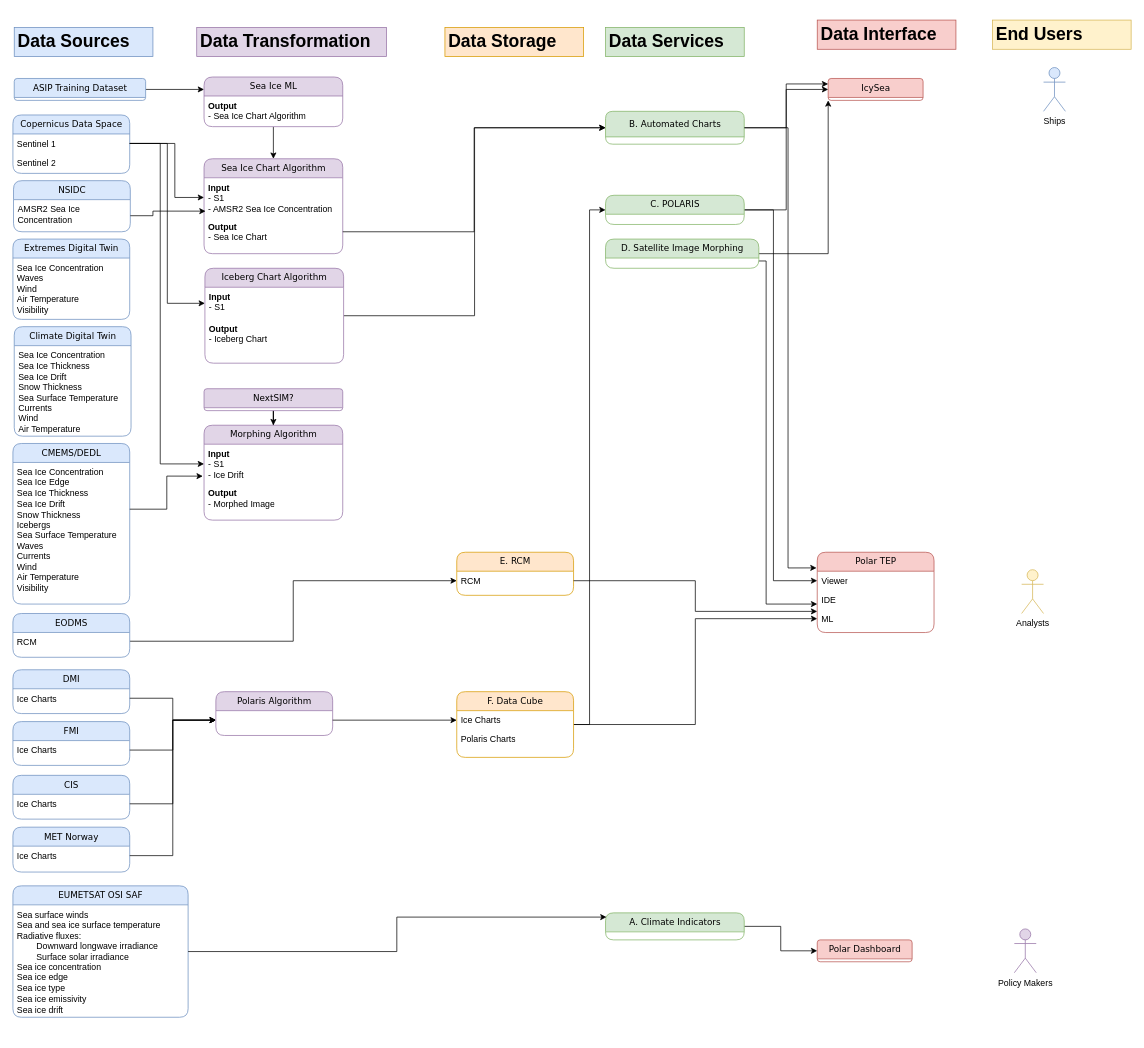
Before: DESIDE.drawio in destination-earth/DestinE_ESA_DESIDE, a draw.io diagram. Source tidied: cells renumbered, new cells numbered last; positions are measured from the earlier drawing's top-left corner, leaving out a move shared by most shapes. Both pictures are drawn from the tidied source at 73%, with x=0, y=0 at pixel (12, 20).
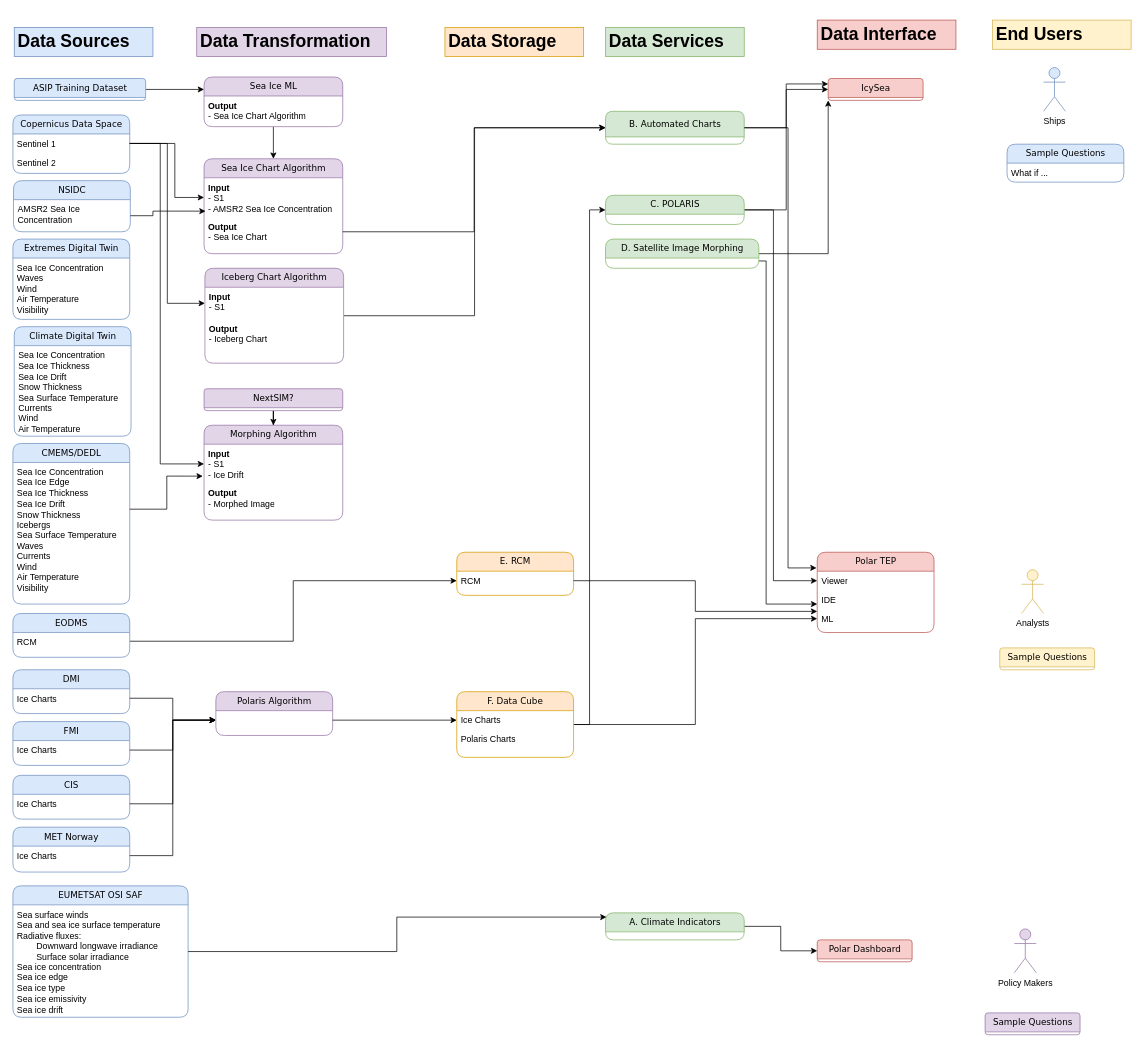
After the change.

The edit, as a diff of the source:
```diff
@@
+    <mxCell id="91" value="Sample Questions" style="swimlane;html=1;fontStyle=0;horizontal=1;startSize=26;fillColor=#dae8fc;swimlaneFillColor=#ffffff;align=center;rounded=1;shadow=0;comic=0;labelBackgroundColor=none;strokeWidth=1;fontFamily=Verdana;fontSize=12;strokeColor=#6c8ebf;" parent="1" vertex="1">
+      <mxGeometry x="1362" y="170" width="160" height="52" as="geometry" />
+    </mxCell>
+    <mxCell id="92" value="What if ..." style="text;html=1;strokeColor=none;fillColor=none;spacingLeft=4;spacingRight=4;whiteSpace=wrap;overflow=hidden;" parent="91" vertex="1">
+      <mxGeometry y="26" width="160" height="26" as="geometry" />
+    </mxCell>
+    <mxCell id="93" value="Sample Questions" style="swimlane;html=1;fontStyle=0;horizontal=1;startSize=26;fillColor=#fff2cc;swimlaneFillColor=#ffffff;align=center;rounded=1;shadow=0;comic=0;labelBackgroundColor=none;strokeWidth=1;fontFamily=Verdana;fontSize=12;strokeColor=#d6b656;" parent="1" vertex="1" collapsed="1">
+      <mxGeometry x="1352" y="860" width="130" height="30" as="geometry" />
+    </mxCell>
+    <mxCell id="94" value="Sample Questions" style="swimlane;html=1;fontStyle=0;horizontal=1;startSize=26;fillColor=#e1d5e7;swimlaneFillColor=#ffffff;align=center;rounded=1;shadow=0;comic=0;labelBackgroundColor=none;strokeWidth=1;fontFamily=Verdana;fontSize=12;strokeColor=#9673a6;" parent="1" vertex="1" collapsed="1">
+      <mxGeometry x="1332" y="1360" width="130" height="30" as="geometry" />
+    </mxCell>
```
